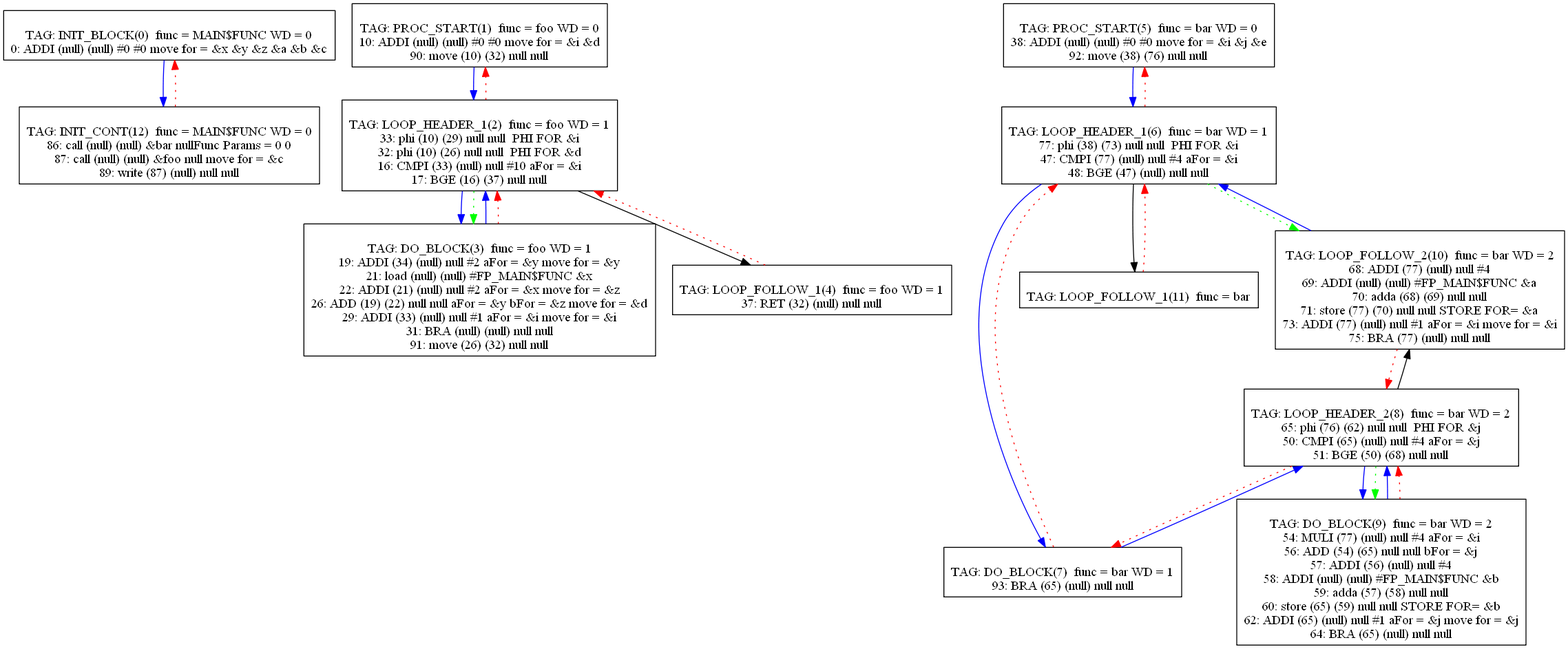
The Graphviz diagram Compiler/2graph.png in mbajaj92/Project-Astoria, before a commit. Its source is kept beside it as Compiler/2graph.dot.
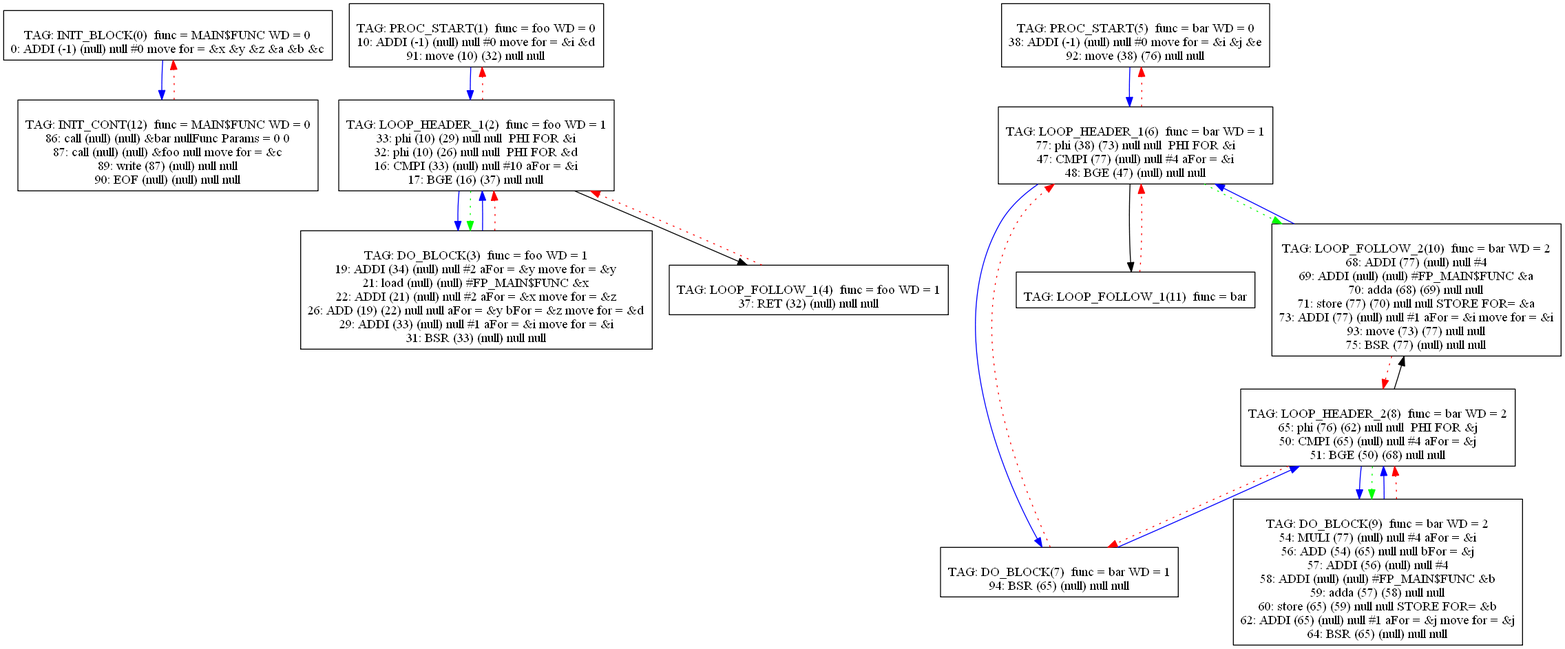
The same diagram one commit later.

Change to the diagram source:
```diff
@@ -1,14 +1,14 @@
 digraph {
 0[label="
 TAG: INIT_BLOCK(0)  func = MAIN$FUNC WD = 0
-0: ADDI (null) (null) #0 #0 move for = &x &y &z &a &b &c
+0: ADDI (-1) (null) null #0 move for = &x &y &z &a &b &c
 "];
 0[shape=box];
 0 -> 12[color=blue]
 1[label="
 TAG: PROC_START(1)  func = foo WD = 0
-10: ADDI (null) (null) #0 #0 move for = &i &d
-90: move (10) (32) null null
+10: ADDI (-1) (null) null #0 move for = &i &d
+91: move (10) (32) null null
 "];
 1[shape=box];
 1 -> 2[color=blue]
@@ -31,8 +31,7 @@
 22: ADDI (21) (null) null #2 aFor = &x move for = &z
 26: ADD (19) (22) null null aFor = &y bFor = &z move for = &d
 29: ADDI (33) (null) null #1 aFor = &i move for = &i
-31: BRA (null) (null) null null
-91: move (26) (32) null null
+31: BSR (33) (null) null null
 "];
 3[shape=box];
 3 -> 2[color=blue]
@@ -45,7 +44,7 @@
 4 -> 2[color=red][style=dotted]
 5[label="
 TAG: PROC_START(5)  func = bar WD = 0
-38: ADDI (null) (null) #0 #0 move for = &i &j &e
+38: ADDI (-1) (null) null #0 move for = &i &j &e
 92: move (38) (76) null null
 "];
 5[shape=box];
@@ -63,7 +62,7 @@
 6 -> 10[color=green][style=dotted]
 7[label="
 TAG: DO_BLOCK(7)  func = bar WD = 1
-93: BRA (65) (null) null null
+94: BSR (65) (null) null null
 "];
 7[shape=box];
 7 -> 8[color=blue]
@@ -88,7 +87,7 @@
 59: adda (57) (58) null null
 60: store (65) (59) null null STORE FOR= &b
 62: ADDI (65) (null) null #1 aFor = &j move for = &j
-64: BRA (65) (null) null null
+64: BSR (65) (null) null null
 "];
 9[shape=box];
 9 -> 8[color=blue]
@@ -100,7 +99,8 @@
 70: adda (68) (69) null null
 71: store (77) (70) null null STORE FOR= &a
 73: ADDI (77) (null) null #1 aFor = &i move for = &i
-75: BRA (77) (null) null null
+93: move (73) (77) null null
+75: BSR (77) (null) null null
 "];
 10[shape=box];
 10 -> 6[color=blue]
@@ -115,6 +115,7 @@
 86: call (null) (null) &bar nullFunc Params = 0 0
 87: call (null) (null) &foo null move for = &c
 89: write (87) (null) null null
+90: EOF (null) (null) null null
 "];
 12[shape=box];
 12 -> 0[color=red][style=dotted]
```
